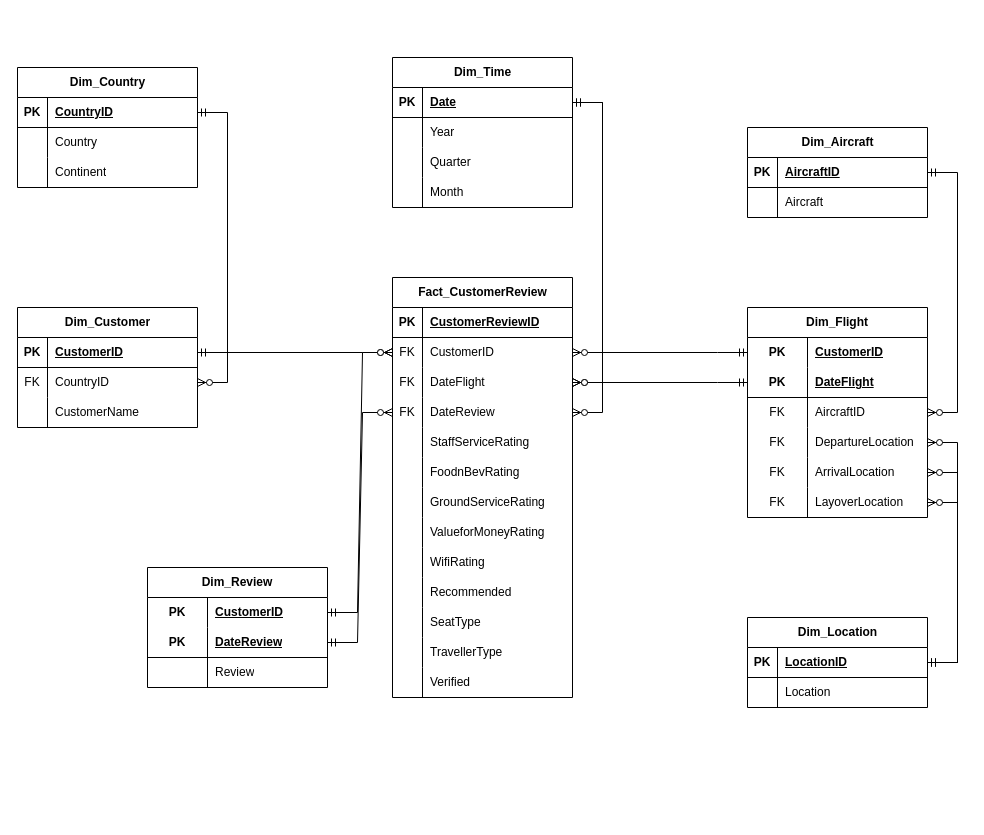
Above: diagram/Schema.drawio in MarkPhamm/British-Airway (draw.io), before the change. Source tidied: cells renumbered, new cells numbered last; positions are measured from the earlier drawing's top-left corner, leaving out a move shared by most shapes. Both pictures are drawn from the tidied source at 100%, with x=0, y=0 at pixel (17, 57).
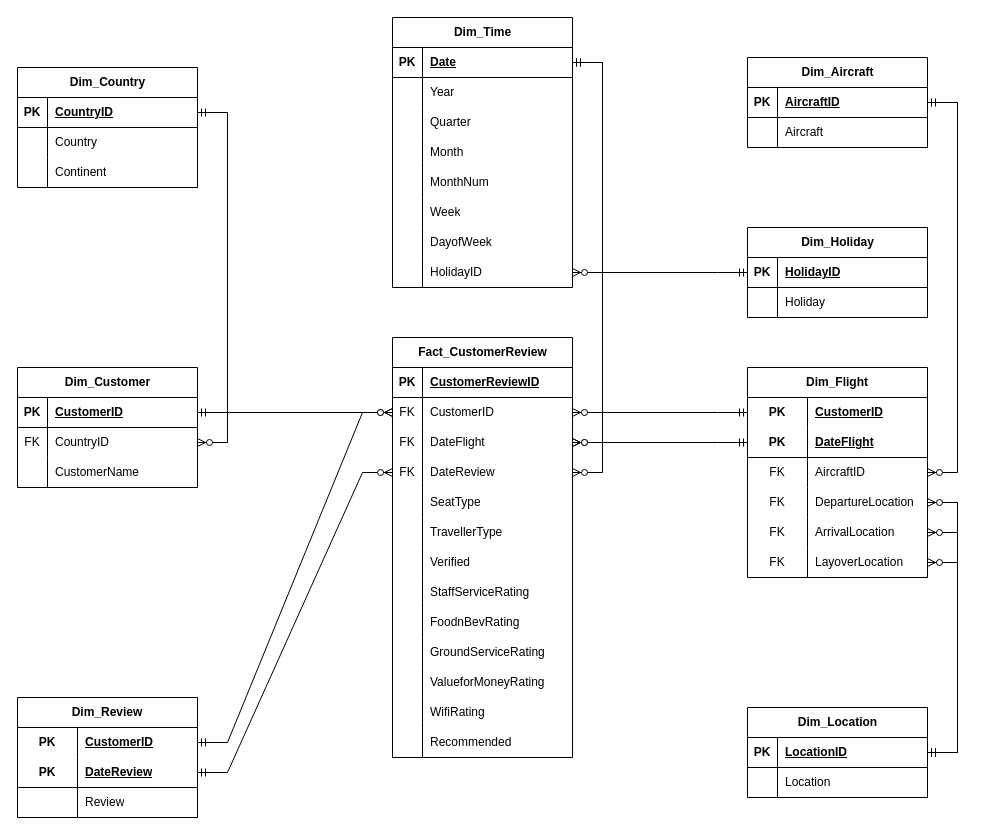
Above is the later version.

Commit message:
Updated Schema, add the Holiday Dim table

Change to the diagram source:
```diff
@@
     <mxCell id="2" value="Dim_Review" style="shape=table;startSize=30;childLayout=tableLayout;rowLines=0;fontStyle=1;align=center;html=1;whiteSpace=wrap;" parent="1" vertex="1">
-      <mxGeometry x="130" y="510" width="180" height="120" as="geometry" />
+      <mxGeometry y="640" width="180" height="120" as="geometry" />
     </mxCell>
@@
     <mxCell id="12" value="Fact_CustomerReview" style="shape=table;startSize=30;childLayout=tableLayout;rowLines=0;fontStyle=1;align=center;html=1;" parent="1" vertex="1">
-      <mxGeometry x="375" y="220" width="180" height="420" as="geometry" />
+      <mxGeometry x="375" y="280" width="180" height="420" as="geometry" />
     </mxCell>
@@
-    <mxCell id="25" style="shape=tableRow;horizontal=0;startSize=0;swimlaneHead=0;swimlaneBody=0;fillColor=none;top=0;left=0;right=0;bottom=0;" parent="12" vertex="1">
-      <mxGeometry y="150" width="180" height="30" as="geometry" />
-    </mxCell>
-    <mxCell id="26" style="shape=partialRectangle;fillColor=none;top=0;left=0;bottom=0;right=0;overflow=hidden;whiteSpace=wrap;html=1;" parent="25" vertex="1">
-      <mxGeometry width="30" height="30" as="geometry" />
-    </mxCell>
-    <mxCell id="27" value="StaffServiceRating" style="shape=partialRectangle;fillColor=none;top=0;left=0;bottom=0;right=0;align=left;spacingLeft=6;overflow=hidden;whiteSpace=wrap;html=1;" parent="25" vertex="1">
-      <mxGeometry x="30" width="150" height="30" as="geometry" />
-    </mxCell>
-    <mxCell id="28" style="shape=tableRow;horizontal=0;startSize=0;swimlaneHead=0;swimlaneBody=0;fillColor=none;top=0;left=0;right=0;bottom=0;" parent="12" vertex="1">
-      <mxGeometry y="180" width="180" height="30" as="geometry" />
-    </mxCell>
-    <mxCell id="29" style="shape=partialRectangle;fillColor=none;top=0;left=0;bottom=0;right=0;overflow=hidden;whiteSpace=wrap;html=1;" parent="28" vertex="1">
-      <mxGeometry width="30" height="30" as="geometry" />
-    </mxCell>
-    <mxCell id="30" value="FoodnBevRating" style="shape=partialRectangle;fillColor=none;top=0;left=0;bottom=0;right=0;align=left;spacingLeft=6;overflow=hidden;whiteSpace=wrap;html=1;" parent="28" vertex="1">
-      <mxGeometry x="30" width="150" height="30" as="geometry" />
-    </mxCell>
-    <mxCell id="31" style="shape=tableRow;horizontal=0;startSize=0;swimlaneHead=0;swimlaneBody=0;fillColor=none;top=0;left=0;right=0;bottom=0;" parent="12" vertex="1">
-      <mxGeometry y="210" width="180" height="30" as="geometry" />
-    </mxCell>
-    <mxCell id="32" style="shape=partialRectangle;fillColor=none;top=0;left=0;bottom=0;right=0;overflow=hidden;whiteSpace=wrap;html=1;" parent="31" vertex="1">
-      <mxGeometry width="30" height="30" as="geometry" />
-    </mxCell>
-    <mxCell id="33" value="GroundServiceRating" style="shape=partialRectangle;fillColor=none;top=0;left=0;bottom=0;right=0;align=left;spacingLeft=6;overflow=hidden;whiteSpace=wrap;html=1;" parent="31" vertex="1">
-      <mxGeometry x="30" width="150" height="30" as="geometry" />
-    </mxCell>
     <mxCell id="34" style="shape=tableRow;horizontal=0;startSize=0;swimlaneHead=0;swimlaneBody=0;fillColor=none;top=0;left=0;right=0;bottom=0;" parent="12" vertex="1">
-      <mxGeometry y="240" width="180" height="30" as="geometry" />
+      <mxGeometry y="150" width="180" height="30" as="geometry" />
     </mxCell>
@@
-    <mxCell id="36" value="ValueforMoneyRating" style="shape=partialRectangle;fillColor=none;top=0;left=0;bottom=0;right=0;align=left;spacingLeft=6;overflow=hidden;whiteSpace=wrap;html=1;" parent="34" vertex="1">
+    <mxCell id="36" value="SeatType" style="shape=partialRectangle;fillColor=none;top=0;left=0;bottom=0;right=0;align=left;spacingLeft=6;overflow=hidden;whiteSpace=wrap;html=1;" parent="34" vertex="1">
       <mxGeometry x="30" width="150" height="30" as="geometry" />
     </mxCell>
     <mxCell id="37" style="shape=tableRow;horizontal=0;startSize=0;swimlaneHead=0;swimlaneBody=0;fillColor=none;top=0;left=0;right=0;bottom=0;" parent="12" vertex="1">
-      <mxGeometry y="270" width="180" height="30" as="geometry" />
+      <mxGeometry y="180" width="180" height="30" as="geometry" />
     </mxCell>
@@
-    <mxCell id="39" value="WifiRating" style="shape=partialRectangle;fillColor=none;top=0;left=0;bottom=0;right=0;align=left;spacingLeft=6;overflow=hidden;whiteSpace=wrap;html=1;" parent="37" vertex="1">
+    <mxCell id="39" value="TravellerType" style="shape=partialRectangle;fillColor=none;top=0;left=0;bottom=0;right=0;align=left;spacingLeft=6;overflow=hidden;whiteSpace=wrap;html=1;" parent="37" vertex="1">
       <mxGeometry x="30" width="150" height="30" as="geometry" />
     </mxCell>
     <mxCell id="40" style="shape=tableRow;horizontal=0;startSize=0;swimlaneHead=0;swimlaneBody=0;fillColor=none;top=0;left=0;right=0;bottom=0;" parent="12" vertex="1">
-      <mxGeometry y="300" width="180" height="30" as="geometry" />
+      <mxGeometry y="210" width="180" height="30" as="geometry" />
     </mxCell>
@@
-    <mxCell id="42" value="Recommended" style="shape=partialRectangle;fillColor=none;top=0;left=0;bottom=0;right=0;align=left;spacingLeft=6;overflow=hidden;whiteSpace=wrap;html=1;" parent="40" vertex="1">
+    <mxCell id="42" value="Verified" style="shape=partialRectangle;fillColor=none;top=0;left=0;bottom=0;right=0;align=left;spacingLeft=6;overflow=hidden;whiteSpace=wrap;html=1;" parent="40" vertex="1">
       <mxGeometry x="30" width="150" height="30" as="geometry" />
     </mxCell>
+    <mxCell id="130" style="shape=tableRow;horizontal=0;startSize=0;swimlaneHead=0;swimlaneBody=0;fillColor=none;top=0;left=0;right=0;bottom=0;" parent="12" vertex="1">
+      <mxGeometry y="240" width="180" height="30" as="geometry" />
+    </mxCell>
+    <mxCell id="131" style="shape=partialRectangle;fillColor=none;top=0;left=0;bottom=0;right=0;overflow=hidden;whiteSpace=wrap;html=1;" parent="130" vertex="1">
+      <mxGeometry width="30" height="30" as="geometry" />
+    </mxCell>
+    <mxCell id="27" value="StaffServiceRating" style="shape=partialRectangle;fillColor=none;top=0;left=0;bottom=0;right=0;align=left;spacingLeft=6;overflow=hidden;whiteSpace=wrap;html=1;" parent="130" vertex="1">
+      <mxGeometry x="30" width="150" height="30" as="geometry" />
+    </mxCell>
     <mxCell id="43" style="shape=tableRow;horizontal=0;startSize=0;swimlaneHead=0;swimlaneBody=0;fillColor=none;top=0;left=0;right=0;bottom=0;" parent="12" vertex="1">
-      <mxGeometry y="330" width="180" height="30" as="geometry" />
+      <mxGeometry y="270" width="180" height="30" as="geometry" />
     </mxCell>
@@
-    <mxCell id="45" value="SeatType" style="shape=partialRectangle;fillColor=none;top=0;left=0;bottom=0;right=0;align=left;spacingLeft=6;overflow=hidden;whiteSpace=wrap;html=1;" parent="43" vertex="1">
+    <mxCell id="45" value="FoodnBevRating" style="shape=partialRectangle;fillColor=none;top=0;left=0;bottom=0;right=0;align=left;spacingLeft=6;overflow=hidden;whiteSpace=wrap;html=1;" parent="43" vertex="1">
       <mxGeometry x="30" width="150" height="30" as="geometry" />
     </mxCell>
     <mxCell id="46" style="shape=tableRow;horizontal=0;startSize=0;swimlaneHead=0;swimlaneBody=0;fillColor=none;top=0;left=0;right=0;bottom=0;" parent="12" vertex="1">
-      <mxGeometry y="360" width="180" height="30" as="geometry" />
+      <mxGeometry y="300" width="180" height="30" as="geometry" />
     </mxCell>
@@
-    <mxCell id="48" value="TravellerType" style="shape=partialRectangle;fillColor=none;top=0;left=0;bottom=0;right=0;align=left;spacingLeft=6;overflow=hidden;whiteSpace=wrap;html=1;" parent="46" vertex="1">
+    <mxCell id="48" value="GroundServiceRating" style="shape=partialRectangle;fillColor=none;top=0;left=0;bottom=0;right=0;align=left;spacingLeft=6;overflow=hidden;whiteSpace=wrap;html=1;" parent="46" vertex="1">
       <mxGeometry x="30" width="150" height="30" as="geometry" />
     </mxCell>
     <mxCell id="49" style="shape=tableRow;horizontal=0;startSize=0;swimlaneHead=0;swimlaneBody=0;fillColor=none;top=0;left=0;right=0;bottom=0;" parent="12" vertex="1">
-      <mxGeometry y="390" width="180" height="30" as="geometry" />
+      <mxGeometry y="330" width="180" height="30" as="geometry" />
     </mxCell>
@@
-    <mxCell id="51" value="Verified" style="shape=partialRectangle;fillColor=none;top=0;left=0;bottom=0;right=0;align=left;spacingLeft=6;overflow=hidden;whiteSpace=wrap;html=1;" parent="49" vertex="1">
+    <mxCell id="51" value="ValueforMoneyRating" style="shape=partialRectangle;fillColor=none;top=0;left=0;bottom=0;right=0;align=left;spacingLeft=6;overflow=hidden;whiteSpace=wrap;html=1;" parent="49" vertex="1">
       <mxGeometry x="30" width="150" height="30" as="geometry" />
     </mxCell>
+    <mxCell id="132" style="shape=tableRow;horizontal=0;startSize=0;swimlaneHead=0;swimlaneBody=0;fillColor=none;top=0;left=0;right=0;bottom=0;" parent="12" vertex="1">
+      <mxGeometry y="360" width="180" height="30" as="geometry" />
+    </mxCell>
+    <mxCell id="133" style="shape=partialRectangle;fillColor=none;top=0;left=0;bottom=0;right=0;overflow=hidden;whiteSpace=wrap;html=1;" parent="132" vertex="1">
+      <mxGeometry width="30" height="30" as="geometry" />
+    </mxCell>
+    <mxCell id="134" value="WifiRating" style="shape=partialRectangle;fillColor=none;top=0;left=0;bottom=0;right=0;align=left;spacingLeft=6;overflow=hidden;whiteSpace=wrap;html=1;" parent="132" vertex="1">
+      <mxGeometry x="30" width="150" height="30" as="geometry" />
+    </mxCell>
+    <mxCell id="135" style="shape=tableRow;horizontal=0;startSize=0;swimlaneHead=0;swimlaneBody=0;fillColor=none;top=0;left=0;right=0;bottom=0;" parent="12" vertex="1">
+      <mxGeometry y="390" width="180" height="30" as="geometry" />
+    </mxCell>
+    <mxCell id="136" style="shape=partialRectangle;fillColor=none;top=0;left=0;bottom=0;right=0;overflow=hidden;whiteSpace=wrap;html=1;" parent="135" vertex="1">
+      <mxGeometry width="30" height="30" as="geometry" />
+    </mxCell>
+    <mxCell id="137" value="Recommended" style="shape=partialRectangle;fillColor=none;top=0;left=0;bottom=0;right=0;align=left;spacingLeft=6;overflow=hidden;whiteSpace=wrap;html=1;" parent="135" vertex="1">
+      <mxGeometry x="30" width="150" height="30" as="geometry" />
+    </mxCell>
     <mxCell id="52" value="Dim_Customer" style="shape=table;startSize=30;childLayout=tableLayout;rowLines=0;fontStyle=1;align=center;html=1;" parent="1" vertex="1">
-      <mxGeometry y="250" width="180" height="120" as="geometry" />
+      <mxGeometry y="310" width="180" height="120" as="geometry" />
     </mxCell>
@@
     <mxCell id="74" value="Dim_Time" style="shape=table;startSize=30;childLayout=tableLayout;rowLines=0;fontStyle=1;align=center;html=1;" parent="1" vertex="1">
-      <mxGeometry x="375" width="180" height="150" as="geometry" />
+      <mxGeometry x="375" y="-40" width="180" height="270" as="geometry" />
     </mxCell>
@@
+    <mxCell id="25" style="shape=tableRow;horizontal=0;startSize=0;swimlaneHead=0;swimlaneBody=0;fillColor=none;top=0;left=0;right=0;bottom=0;" parent="74" vertex="1">
+      <mxGeometry y="150" width="180" height="30" as="geometry" />
+    </mxCell>
+    <mxCell id="138" style="shape=partialRectangle;fillColor=none;top=0;left=0;bottom=0;right=0;overflow=hidden;whiteSpace=wrap;html=1;" parent="25" vertex="1">
+      <mxGeometry width="30" height="30" as="geometry" />
+    </mxCell>
+    <mxCell id="139" value="MonthNum" style="shape=partialRectangle;fillColor=none;top=0;left=0;bottom=0;right=0;align=left;spacingLeft=6;overflow=hidden;whiteSpace=wrap;html=1;" parent="25" vertex="1">
+      <mxGeometry x="30" width="150" height="30" as="geometry" />
+    </mxCell>
+    <mxCell id="28" style="shape=tableRow;horizontal=0;startSize=0;swimlaneHead=0;swimlaneBody=0;fillColor=none;top=0;left=0;right=0;bottom=0;" parent="74" vertex="1">
+      <mxGeometry y="180" width="180" height="30" as="geometry" />
+    </mxCell>
+    <mxCell id="140" style="shape=partialRectangle;fillColor=none;top=0;left=0;bottom=0;right=0;overflow=hidden;whiteSpace=wrap;html=1;" parent="28" vertex="1">
+      <mxGeometry width="30" height="30" as="geometry" />
+    </mxCell>
+    <mxCell id="141" value="Week" style="shape=partialRectangle;fillColor=none;top=0;left=0;bottom=0;right=0;align=left;spacingLeft=6;overflow=hidden;whiteSpace=wrap;html=1;" parent="28" vertex="1">
+      <mxGeometry x="30" width="150" height="30" as="geometry" />
+    </mxCell>
+    <mxCell id="31" style="shape=tableRow;horizontal=0;startSize=0;swimlaneHead=0;swimlaneBody=0;fillColor=none;top=0;left=0;right=0;bottom=0;" parent="74" vertex="1">
+      <mxGeometry y="210" width="180" height="30" as="geometry" />
+    </mxCell>
+    <mxCell id="142" style="shape=partialRectangle;fillColor=none;top=0;left=0;bottom=0;right=0;overflow=hidden;whiteSpace=wrap;html=1;" parent="31" vertex="1">
+      <mxGeometry width="30" height="30" as="geometry" />
+    </mxCell>
+    <mxCell id="143" value="DayofWeek" style="shape=partialRectangle;fillColor=none;top=0;left=0;bottom=0;right=0;align=left;spacingLeft=6;overflow=hidden;whiteSpace=wrap;html=1;" parent="31" vertex="1">
+      <mxGeometry x="30" width="150" height="30" as="geometry" />
+    </mxCell>
+    <mxCell id="144" style="shape=tableRow;horizontal=0;startSize=0;swimlaneHead=0;swimlaneBody=0;fillColor=none;points=[[0,0.5],[1,0.5]];portConstraint=eastwest;top=0;left=0;right=0;bottom=0;" parent="74" vertex="1">
+      <mxGeometry y="240" width="180" height="30" as="geometry" />
+    </mxCell>
+    <mxCell id="145" style="shape=partialRectangle;fillColor=none;top=0;left=0;bottom=0;right=0;overflow=hidden;whiteSpace=wrap;html=1;" parent="144" vertex="1">
+      <mxGeometry width="30" height="30" as="geometry" />
+    </mxCell>
+    <mxCell id="146" value="HolidayID" style="shape=partialRectangle;fillColor=none;top=0;left=0;bottom=0;right=0;align=left;spacingLeft=6;overflow=hidden;whiteSpace=wrap;html=1;" parent="144" vertex="1">
+      <mxGeometry x="30" width="150" height="30" as="geometry" />
+    </mxCell>
@@
     <mxCell id="89" value="Dim_Flight" style="shape=table;startSize=30;childLayout=tableLayout;rowLines=0;fontStyle=1;align=center;html=1;whiteSpace=wrap;" parent="1" vertex="1">
-      <mxGeometry x="730" y="250" width="180" height="210" as="geometry" />
+      <mxGeometry x="730" y="310" width="180" height="210" as="geometry" />
     </mxCell>
@@
     <mxCell id="108" value="Dim_Location" style="shape=table;startSize=30;childLayout=tableLayout;rowLines=0;fontStyle=1;align=center;html=1;" parent="1" vertex="1">
-      <mxGeometry x="730" y="560" width="180" height="90" as="geometry" />
+      <mxGeometry x="730" y="650" width="180" height="90" as="geometry" />
     </mxCell>
@@
     <mxCell id="115" value="Dim_Aircraft" style="shape=table;startSize=30;childLayout=tableLayout;rowLines=0;fontStyle=1;align=center;html=1;" parent="1" vertex="1">
-      <mxGeometry x="730" y="70" width="180" height="90" as="geometry" />
+      <mxGeometry x="730" width="180" height="90" as="geometry" />
     </mxCell>
@@
+    <mxCell id="147" value="Dim_Holiday" style="shape=table;startSize=30;childLayout=tableLayout;rowLines=0;fontStyle=1;align=center;html=1;" parent="1" vertex="1">
+      <mxGeometry x="730" y="170" width="180" height="90" as="geometry" />
+    </mxCell>
+    <mxCell id="148" style="shape=tableRow;horizontal=0;startSize=0;swimlaneHead=0;swimlaneBody=0;fillColor=none;points=[[0,0.5],[1,0.5]];portConstraint=eastwest;top=0;left=0;right=0;bottom=1;" parent="147" vertex="1">
+      <mxGeometry y="30" width="180" height="30" as="geometry" />
+    </mxCell>
+    <mxCell id="149" value="PK" style="shape=partialRectangle;fillColor=none;top=0;left=0;bottom=0;right=0;fontStyle=1;overflow=hidden;whiteSpace=wrap;html=1;" parent="148" vertex="1">
+      <mxGeometry width="30" height="30" as="geometry" />
+    </mxCell>
+    <mxCell id="150" value="HolidayID" style="shape=partialRectangle;fillColor=none;top=0;left=0;bottom=0;right=0;align=left;spacingLeft=6;fontStyle=5;overflow=hidden;whiteSpace=wrap;html=1;" parent="148" vertex="1">
+      <mxGeometry x="30" width="150" height="30" as="geometry" />
+    </mxCell>
+    <mxCell id="151" style="shape=tableRow;horizontal=0;startSize=0;swimlaneHead=0;swimlaneBody=0;fillColor=none;top=0;left=0;right=0;bottom=0;" parent="147" vertex="1">
+      <mxGeometry y="60" width="180" height="30" as="geometry" />
+    </mxCell>
+    <mxCell id="152" style="shape=partialRectangle;fillColor=none;top=0;left=0;bottom=0;right=0;overflow=hidden;whiteSpace=wrap;html=1;" parent="151" vertex="1">
+      <mxGeometry width="30" height="30" as="geometry" />
+    </mxCell>
+    <mxCell id="153" value="Holiday" style="shape=partialRectangle;fillColor=none;top=0;left=0;bottom=0;right=0;align=left;spacingLeft=6;overflow=hidden;whiteSpace=wrap;html=1;" parent="151" vertex="1">
+      <mxGeometry x="30" width="150" height="30" as="geometry" />
+    </mxCell>
+    <mxCell id="154" style="edgeStyle=entityRelationEdgeStyle;fontSize=12;html=1;endArrow=ERzeroToMany;startArrow=ERmandOne;rounded=0;exitX=0;exitY=0.5;exitDx=0;exitDy=0;entryX=1;entryY=0.5;entryDx=0;entryDy=0;" parent="1" edge="1" source="148" target="144">
+      <mxGeometry relative="1" as="geometry" />
+    </mxCell>
```
